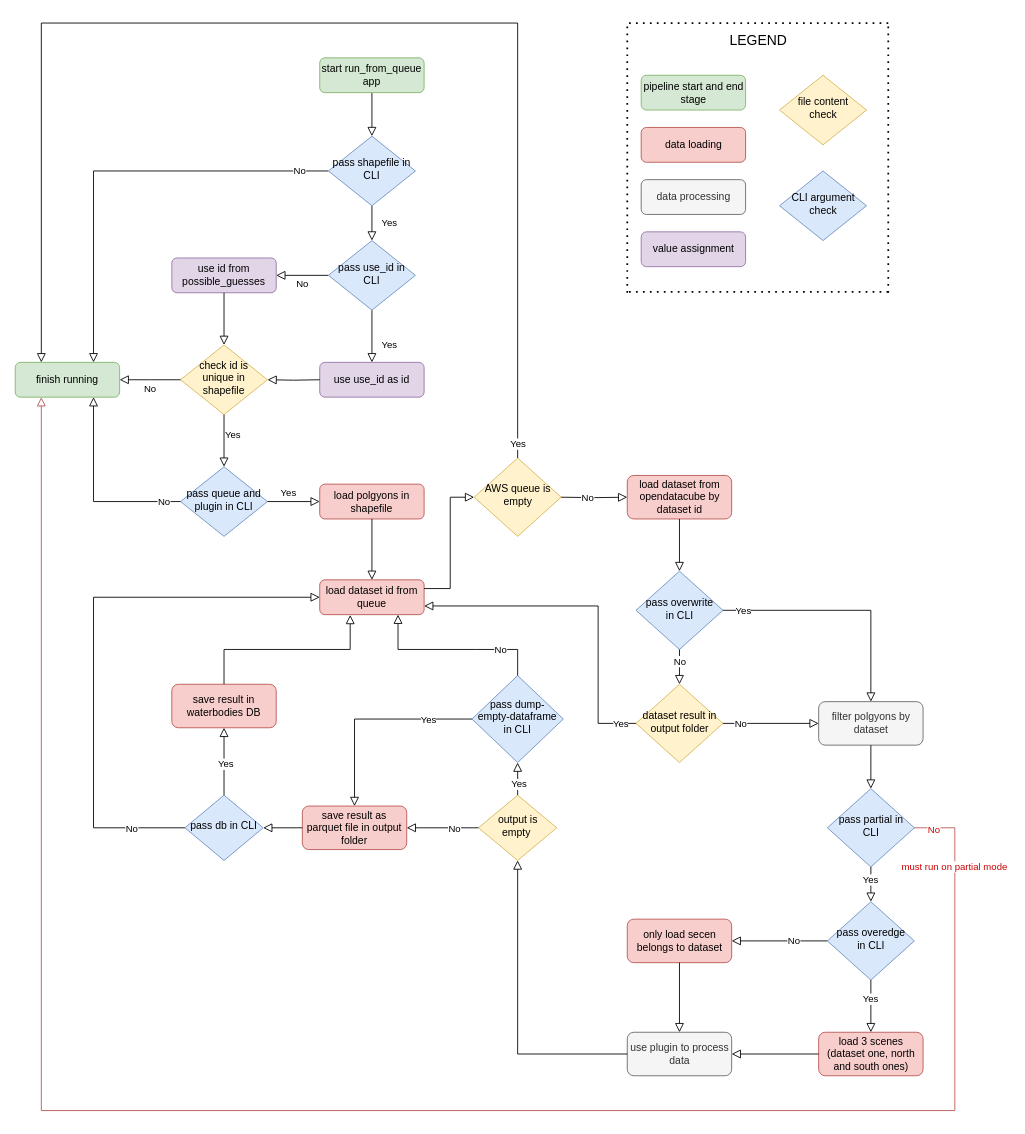
This is doc/dea-conflux-control-flow.drawio from GeoscienceAustralia/dea-conflux, a draw.io file, before an edit. Source tidied: cells renumbered, new cells numbered last; positions are measured from the earlier drawing's top-left corner, leaving out a move shared by most shapes. Both pictures are drawn from the tidied source at 87%, with x=0, y=0 at pixel (15, 23).
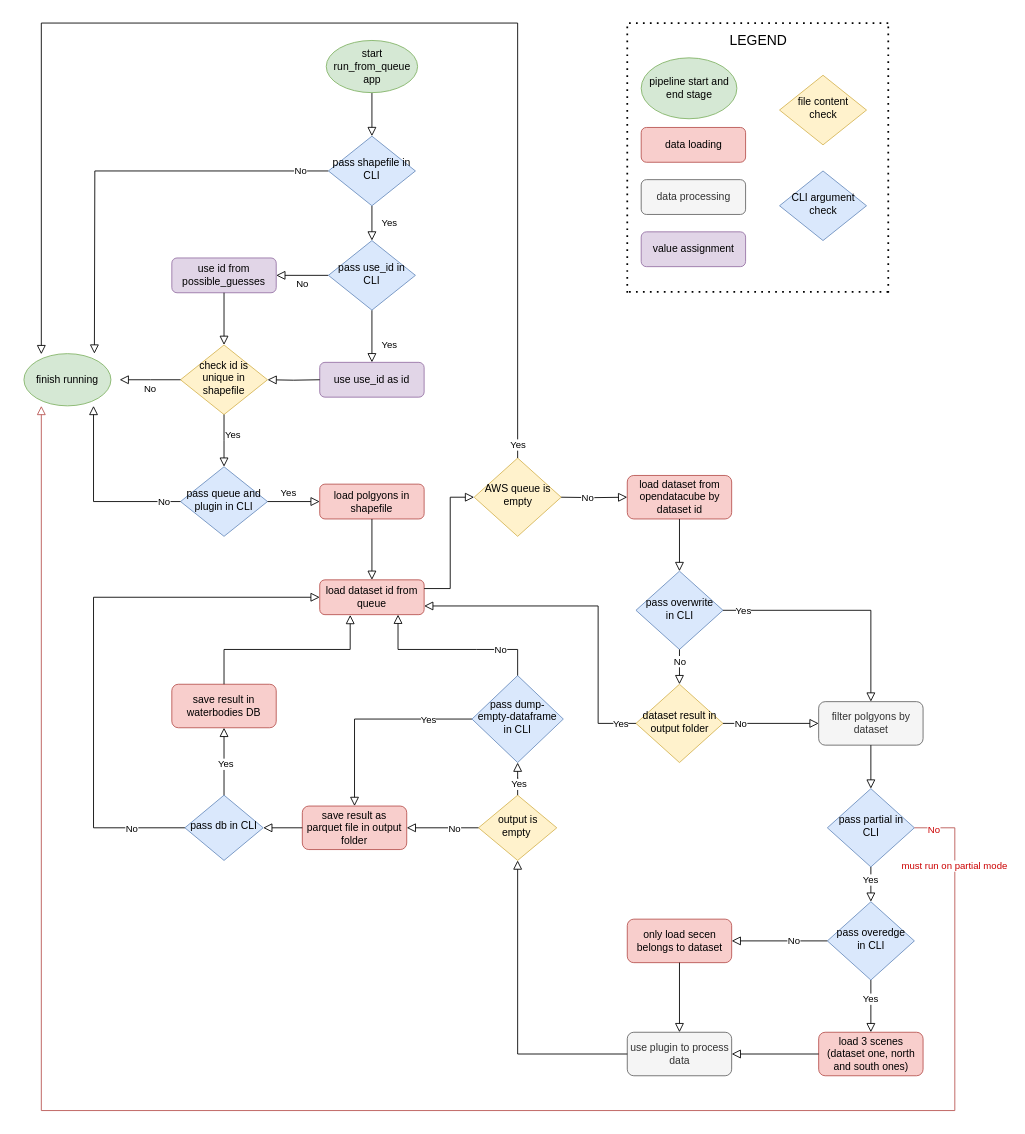
The same diagram, later.

Commit message (it also covers changes not shown here):
Update processing start and finish stage shapes (#40)

Unchanged cells that the change refers to:
```xml
<mxCell id="7" value="pass shapefile in CLI" style="rhombus;whiteSpace=wrap;html=1;shadow=0;fontFamily=Helvetica;fontSize=12;align=center;strokeWidth=1;spacing=6;spacingTop=-4;fillColor=#dae8fc;strokeColor=#6c8ebf;" parent="1" vertex="1">
  <mxGeometry x="360" y="130" width="100" height="80" as="geometry" />
</mxCell>
<mxCell id="19" value="pass queue and plugin in CLI" style="rhombus;whiteSpace=wrap;html=1;shadow=0;fontFamily=Helvetica;fontSize=12;align=center;strokeWidth=1;spacing=6;spacingTop=-4;fillColor=#dae8fc;strokeColor=#6c8ebf;" parent="1" vertex="1">
  <mxGeometry x="190" y="510" width="100" height="80" as="geometry" />
</mxCell>
<mxCell id="27" value="AWS queue is empty" style="rhombus;whiteSpace=wrap;html=1;shadow=0;fontFamily=Helvetica;fontSize=12;align=center;strokeWidth=1;spacing=6;spacingTop=-4;fillColor=#fff2cc;strokeColor=#d6b656;" parent="1" vertex="1">
  <mxGeometry x="527.5" y="500" width="100" height="90" as="geometry" />
</mxCell>
<mxCell id="36" value="pass&amp;nbsp;partial in CLI" style="rhombus;whiteSpace=wrap;html=1;shadow=0;fontFamily=Helvetica;fontSize=12;align=center;strokeWidth=1;spacing=6;spacingTop=-4;fillColor=#dae8fc;strokeColor=#6c8ebf;" parent="1" vertex="1">
  <mxGeometry x="933.5" y="880" width="100" height="90" as="geometry" />
</mxCell>
```

Diff of the diagram source:
```diff
@@
-    <mxCell id="2" style="rounded=0;html=1;jettySize=auto;fontSize=11;endArrow=block;endFill=0;endSize=8;strokeWidth=1;shadow=0;labelBackgroundColor=none;edgeStyle=orthogonalEdgeStyle;" parent="1" edge="1" source="3" target="7">
+    <mxCell id="2" style="rounded=0;html=1;jettySize=auto;fontSize=11;endArrow=block;endFill=0;endSize=8;strokeWidth=1;shadow=0;labelBackgroundColor=none;edgeStyle=orthogonalEdgeStyle;exitX=0.5;exitY=1;exitDx=0;exitDy=0;" parent="1" edge="1" source="3" target="7">
       <mxGeometry relative="1" as="geometry" />
     </mxCell>
-    <mxCell id="3" value="start run_from_queue app" style="rounded=1;whiteSpace=wrap;html=1;fontSize=12;glass=0;strokeWidth=1;shadow=0;fillColor=#d5e8d4;strokeColor=#82b366;" parent="1" vertex="1">
-      <mxGeometry x="350" y="40" width="120" height="40" as="geometry" />
-    </mxCell>
@@
-    <mxCell id="5" style="edgeStyle=orthogonalEdgeStyle;rounded=0;html=1;jettySize=auto;fontSize=11;endArrow=block;endFill=0;endSize=8;strokeWidth=1;shadow=0;labelBackgroundColor=none;entryX=0.75;entryY=0;entryDx=0;entryDy=0;entryPerimeter=0;" parent="1" edge="1" source="7" target="17">
-      <mxGeometry x="-0.88" relative="1" as="geometry" />
+    <mxCell id="5" style="edgeStyle=orthogonalEdgeStyle;rounded=0;html=1;jettySize=auto;fontSize=11;endArrow=block;endFill=0;endSize=8;strokeWidth=1;shadow=0;labelBackgroundColor=none;" parent="1" edge="1" source="7">
+      <mxGeometry x="-0.88" relative="1" as="geometry">
+        <mxPoint x="91" y="380" as="targetPoint" />
+      </mxGeometry>
     </mxCell>
@@
-    <mxCell id="17" value="finish running" style="rounded=1;whiteSpace=wrap;html=1;fontSize=12;glass=0;strokeWidth=1;shadow=0;fillColor=#d5e8d4;strokeColor=#82b366;" parent="1" vertex="1">
-      <mxGeometry y="390" width="120" height="40" as="geometry" />
-    </mxCell>
@@
     <mxCell id="20" style="edgeStyle=orthogonalEdgeStyle;rounded=0;html=1;jettySize=auto;fontSize=11;endArrow=block;endFill=0;endSize=8;strokeWidth=1;shadow=0;labelBackgroundColor=none;exitX=0;exitY=0.5;exitDx=0;exitDy=0;" parent="1" edge="1" source="19">
       <mxGeometry x="-0.82" relative="1" as="geometry">
-        <mxPoint x="90" y="430" as="targetPoint" />
+        <mxPoint x="90" y="440" as="targetPoint" />
         <Array as="points">
           <mxPoint x="90" y="550" />
         </Array>
       </mxGeometry>
     </mxCell>
@@
-    <mxCell id="38" style="edgeStyle=orthogonalEdgeStyle;rounded=0;html=1;jettySize=auto;fontSize=11;endArrow=block;endFill=0;endSize=8;strokeWidth=1;shadow=0;labelBackgroundColor=none;exitX=1;exitY=0.5;exitDx=0;exitDy=0;entryX=0.25;entryY=1;entryDx=0;entryDy=0;fillColor=#f8cecc;strokeColor=#b85450;" parent="1" edge="1" source="36" target="17">
+    <mxCell id="38" style="edgeStyle=orthogonalEdgeStyle;rounded=0;html=1;jettySize=auto;fontSize=11;endArrow=block;endFill=0;endSize=8;strokeWidth=1;shadow=0;labelBackgroundColor=none;exitX=1;exitY=0.5;exitDx=0;exitDy=0;fillColor=#f8cecc;strokeColor=#b85450;" parent="1" edge="1" source="36">
       <mxGeometry y="10" relative="1" as="geometry">
+        <mxPoint x="30" y="440" as="targetPoint" />
         <Array as="points">
           <mxPoint x="1080" y="925" />
           <mxPoint x="1080" y="1250" />
           <mxPoint x="30" y="1250" />
         </Array>
       </mxGeometry>
     </mxCell>
@@
-    <mxCell id="70" style="edgeStyle=orthogonalEdgeStyle;rounded=0;html=1;jettySize=auto;fontSize=11;endArrow=block;endFill=0;endSize=8;strokeWidth=1;shadow=0;labelBackgroundColor=none;exitX=0.5;exitY=0;exitDx=0;exitDy=0;entryX=0.25;entryY=0;entryDx=0;entryDy=0;" parent="1" edge="1" source="27" target="17">
+    <mxCell id="70" style="edgeStyle=orthogonalEdgeStyle;rounded=0;html=1;jettySize=auto;fontSize=11;endArrow=block;endFill=0;endSize=8;strokeWidth=1;shadow=0;labelBackgroundColor=none;exitX=0.5;exitY=0;exitDx=0;exitDy=0;entryX=0.2;entryY=0.011;entryDx=0;entryDy=0;entryPerimeter=0;" parent="1" edge="1" source="27" target="17">
       <mxGeometry y="10" relative="1" as="geometry">
         <Array as="points">
           <mxPoint x="578" />
           <mxPoint x="30" />
         </Array>
       </mxGeometry>
     </mxCell>
@@
-    <mxCell id="78" value="pipeline start and end stage" style="rounded=1;whiteSpace=wrap;html=1;fontSize=12;glass=0;strokeWidth=1;shadow=0;fillColor=#d5e8d4;strokeColor=#82b366;" parent="1" vertex="1">
-      <mxGeometry x="719.5" y="60" width="120" height="40" as="geometry" />
-    </mxCell>
@@
+    <mxCell id="78" value="pipeline start and end stage" style="ellipse;whiteSpace=wrap;html=1;fillColor=#d5e8d4;strokeColor=#82b366;" parent="1" vertex="1">
+      <mxGeometry x="719.5" y="40" width="110" height="70" as="geometry" />
+    </mxCell>
+    <mxCell id="3" value="start run_from_queue app" style="ellipse;whiteSpace=wrap;html=1;fillColor=#d5e8d4;strokeColor=#82b366;" parent="1" vertex="1">
+      <mxGeometry x="357.5" y="20" width="105" height="60" as="geometry" />
+    </mxCell>
+    <mxCell id="17" value="finish running" style="ellipse;whiteSpace=wrap;html=1;fillColor=#d5e8d4;strokeColor=#82b366;" parent="1" vertex="1">
+      <mxGeometry x="10" y="380" width="100" height="60" as="geometry" />
+    </mxCell>
```
